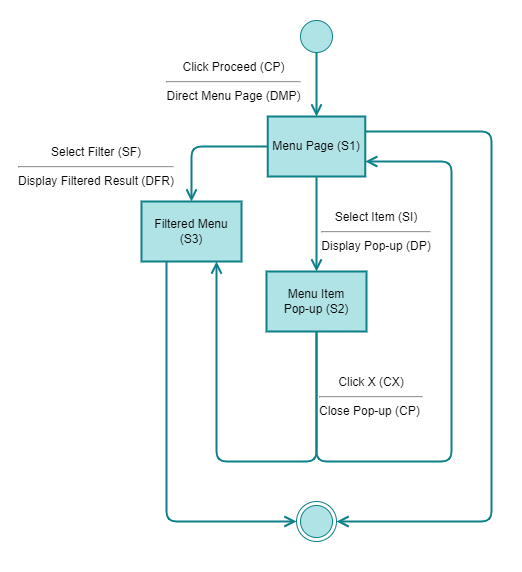
leonardHD0433/food_ordering_system keeps this draw.io diagram as UML/state_chart_menu_browsing.png. Above is the earlier version. Source tidied: cells renumbered, new cells last; positions are measured from the earlier drawing's top-left corner, leaving out a move shared by most shapes.
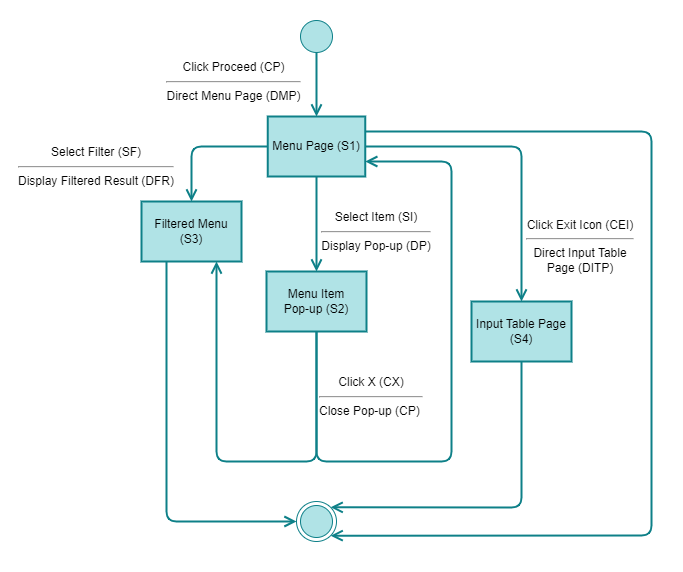
Later version of the same file.

Commit message:
added exit button

Change to the diagram source:
```diff
@@ -3,7 +3,7 @@
     <mxCell id="0" />
     <mxCell id="1" parent="0" />
     <mxCell id="2" style="rounded=0;whiteSpace=wrap;html=1;strokeColor=none;strokeWidth=2;" parent="1" vertex="1">
-      <mxGeometry width="520" height="570" as="geometry" />
+      <mxGeometry width="680" height="570" as="geometry" />
     </mxCell>
     <mxCell id="3" style="edgeStyle=orthogonalEdgeStyle;html=1;verticalAlign=bottom;endArrow=open;endSize=8;strokeColor=#0e8088;fillColor=#b0e3e6;strokeWidth=2;exitX=0.5;exitY=0.25;exitDx=0;exitDy=0;exitPerimeter=0;" parent="1" edge="1" source="4">
       <mxGeometry relative="1" as="geometry">
@@ -63,13 +63,29 @@
     <mxCell id="17" style="edgeStyle=orthogonalEdgeStyle;html=1;verticalAlign=bottom;endArrow=open;endSize=8;strokeColor=#0e8088;fillColor=#b0e3e6;strokeWidth=2;exitX=0.25;exitY=1;exitDx=0;exitDy=0;entryX=0;entryY=0.5;entryDx=0;entryDy=0;startArrow=none;" parent="1" edge="1" source="13" target="5">
       <mxGeometry relative="1" as="geometry" />
     </mxCell>
-    <mxCell id="18" style="edgeStyle=orthogonalEdgeStyle;html=1;verticalAlign=bottom;endArrow=open;endSize=8;strokeColor=#0e8088;fillColor=#b0e3e6;strokeWidth=2;exitX=1;exitY=0.25;exitDx=0;exitDy=0;entryX=1;entryY=0.5;entryDx=0;entryDy=0;startArrow=none;" parent="1" edge="1" source="7" target="5">
+    <mxCell id="18" style="edgeStyle=orthogonalEdgeStyle;html=1;verticalAlign=bottom;endArrow=open;endSize=8;strokeColor=#0e8088;fillColor=#b0e3e6;strokeWidth=2;exitX=1;exitY=0.25;exitDx=0;exitDy=0;entryX=1;entryY=1;entryDx=0;entryDy=0;startArrow=none;" parent="1" edge="1" source="7" target="5">
       <mxGeometry relative="1" as="geometry">
         <Array as="points">
-          <mxPoint x="490" y="130" />
-          <mxPoint x="490" y="520" />
+          <mxPoint x="650" y="130" />
+          <mxPoint x="650" y="534" />
         </Array>
       </mxGeometry>
     </mxCell>
+    <mxCell id="19" value="Input Table Page (S4)" style="rounded=0;whiteSpace=wrap;html=1;strokeColor=#0e8088;strokeWidth=2;fillColor=#b0e3e6;fontColor=#000000;" parent="1" vertex="1">
+      <mxGeometry x="470" y="300" width="100" height="60" as="geometry" />
+    </mxCell>
+    <mxCell id="20" style="edgeStyle=orthogonalEdgeStyle;html=1;verticalAlign=bottom;endArrow=open;endSize=8;strokeColor=#0e8088;fillColor=#b0e3e6;strokeWidth=2;exitX=1;exitY=0.5;exitDx=0;exitDy=0;entryX=0.5;entryY=0;entryDx=0;entryDy=0;startArrow=none;" parent="1" edge="1" source="7" target="19">
+      <mxGeometry relative="1" as="geometry" />
+    </mxCell>
+    <mxCell id="21" style="edgeStyle=orthogonalEdgeStyle;html=1;verticalAlign=bottom;endArrow=open;endSize=8;strokeColor=#0e8088;fillColor=#b0e3e6;strokeWidth=2;exitX=0.5;exitY=1;exitDx=0;exitDy=0;entryX=1;entryY=0;entryDx=0;entryDy=0;startArrow=none;" parent="1" edge="1" source="19" target="5">
+      <mxGeometry relative="1" as="geometry">
+        <Array as="points">
+          <mxPoint x="520" y="506" />
+        </Array>
+      </mxGeometry>
+    </mxCell>
+    <mxCell id="22" value="Click Exit Icon (CEI)&lt;br&gt;&lt;hr&gt;Direct Input Table Page (DITP)" style="text;html=1;strokeColor=none;fillColor=none;align=center;verticalAlign=middle;whiteSpace=wrap;rounded=0;strokeWidth=8;" parent="1" vertex="1">
+      <mxGeometry x="524" y="230" width="110" height="30" as="geometry" />
+    </mxCell>
   </root>
 </mxGraphModel>
```
